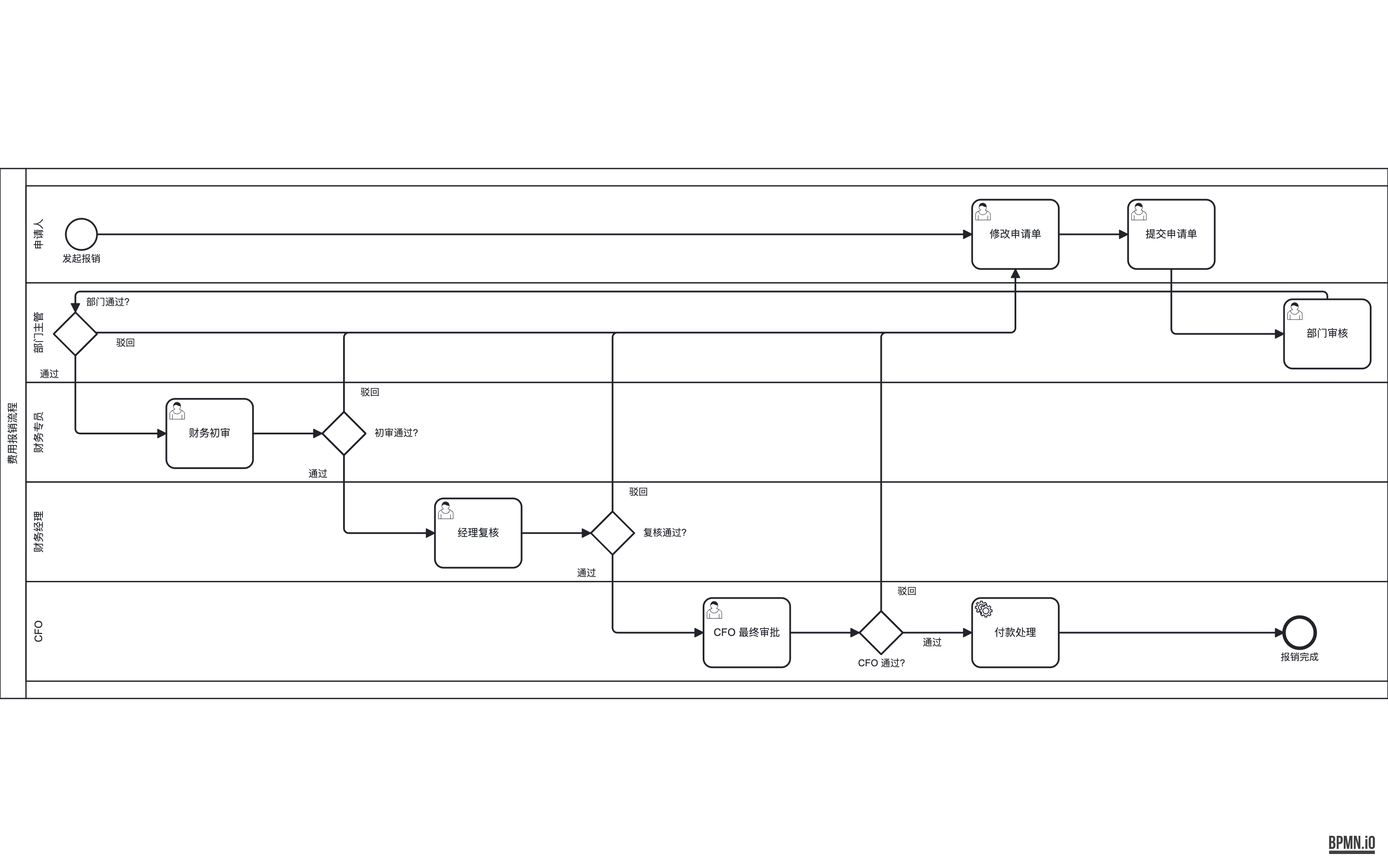
LcpMarvel/tramito-layout keeps this BPMN diagram as out-bpmn-png/40-fanin-sink-near-lane.png. Above is the earlier version. Its source is kept beside it as out-xml/40-fanin-sink-near-lane.bpmn. Ids are renumbered.
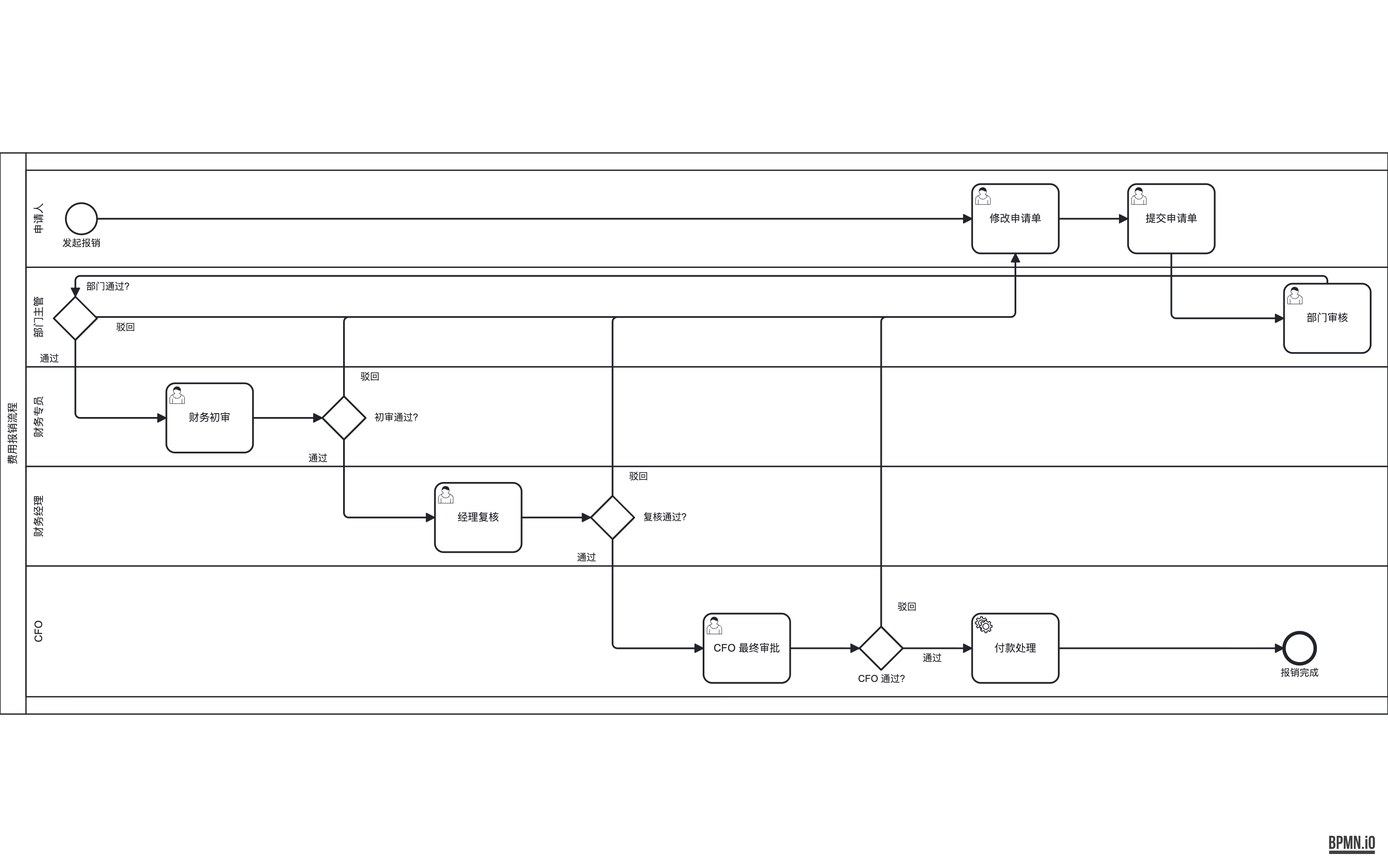
Later version of the same file.

Commit message:
edge-router: clean backward reject routing (lane headroom + gateway right-entry)

What changed in the source:
```diff
@@ -106,10 +106,10 @@
   <bpmndi:BPMNDiagram id="BPMNDiagram_definitions_fuzz_fan_in_common_sink_1" name="BPMNDiagram">
     <bpmndi:BPMNPlane id="BPMNPlane_definitions_fuzz_fan_in_common_sink_1" bpmnElement="collaboration_1">
       <bpmndi:BPMNShape id="collaboration_1_di" bpmnElement="collaboration_1">
-        <dc:Bounds x="0" y="0" width="1602" height="612" />
+        <dc:Bounds x="0" y="0" width="1602" height="648" />
       </bpmndi:BPMNShape>
       <bpmndi:BPMNShape id="pool_main_di" bpmnElement="pool_main" isHorizontal="true">
-        <dc:Bounds x="0" y="0" width="1602" height="612" />
+        <dc:Bounds x="0" y="0" width="1602" height="648" />
       </bpmndi:BPMNShape>
       <bpmndi:BPMNShape id="lane_applicant_di" bpmnElement="lane_applicant" isHorizontal="true">
         <dc:Bounds x="30" y="20" width="1572" height="112" />
@@ -163,24 +163,24 @@
         </bpmndi:BPMNLabel>
       </bpmndi:BPMNShape>
       <bpmndi:BPMNShape id="lane_cfo_di" bpmnElement="lane_cfo" isHorizontal="true">
-        <dc:Bounds x="30" y="477" width="1572" height="115" />
+        <dc:Bounds x="30" y="477" width="1572" height="151" />
       </bpmndi:BPMNShape>
       <bpmndi:BPMNShape id="task_cfo_approve_di" bpmnElement="task_cfo_approve">
-        <dc:Bounds x="812" y="496" width="100" height="80" />
+        <dc:Bounds x="812" y="532" width="100" height="80" />
       </bpmndi:BPMNShape>
       <bpmndi:BPMNShape id="gw_cfo_di" bpmnElement="gw_cfo">
-        <dc:Bounds x="992" y="511" width="50" height="50" />
+        <dc:Bounds x="992" y="547" width="50" height="50" />
         <bpmndi:BPMNLabel>
-          <dc:Bounds x="985.5" y="565" width="63" height="14" />
+          <dc:Bounds x="985.5" y="601" width="63" height="14" />
         </bpmndi:BPMNLabel>
       </bpmndi:BPMNShape>
       <bpmndi:BPMNShape id="task_pay_di" bpmnElement="task_pay">
-        <dc:Bounds x="1122" y="496" width="100" height="80" />
+        <dc:Bounds x="1122" y="532" width="100" height="80" />
       </bpmndi:BPMNShape>
       <bpmndi:BPMNShape id="end_1_di" bpmnElement="end_1">
-        <dc:Bounds x="1482" y="518" width="36" height="36" />
+        <dc:Bounds x="1482" y="554" width="36" height="36" />
         <bpmndi:BPMNLabel>
-          <dc:Bounds x="1450" y="558" width="100" height="14" />
+          <dc:Bounds x="1450" y="594" width="100" height="14" />
         </bpmndi:BPMNLabel>
       </bpmndi:BPMNShape>
       <bpmndi:BPMNEdge id="f_start_revise_di" bpmnElement="f_start_revise">
@@ -245,8 +245,8 @@
       </bpmndi:BPMNEdge>
       <bpmndi:BPMNEdge id="f_mgr_pass_di" bpmnElement="f_mgr_pass">
         <di:waypoint x="707" y="446" />
-        <di:waypoint x="707" y="536" />
-        <di:waypoint x="812" y="536" />
+        <di:waypoint x="707" y="572" />
+        <di:waypoint x="812" y="572" />
         <bpmndi:BPMNLabel>
           <dc:Bounds x="652" y="461" width="50" height="14" />
         </bpmndi:BPMNLabel>
@@ -261,28 +261,28 @@
         </bpmndi:BPMNLabel>
       </bpmndi:BPMNEdge>
       <bpmndi:BPMNEdge id="f_cfo_gw_di" bpmnElement="f_cfo_gw">
-        <di:waypoint x="912" y="536" />
-        <di:waypoint x="992" y="536" />
+        <di:waypoint x="912" y="572" />
+        <di:waypoint x="992" y="572" />
       </bpmndi:BPMNEdge>
       <bpmndi:BPMNEdge id="f_cfo_pass_di" bpmnElement="f_cfo_pass">
-        <di:waypoint x="1042" y="536" />
-        <di:waypoint x="1122" y="536" />
+        <di:waypoint x="1042" y="572" />
+        <di:waypoint x="1122" y="572" />
         <bpmndi:BPMNLabel>
-          <dc:Bounds x="1051" y="541" width="50" height="14" />
+          <dc:Bounds x="1051" y="577" width="50" height="14" />
         </bpmndi:BPMNLabel>
       </bpmndi:BPMNEdge>
       <bpmndi:BPMNEdge id="f_cfo_reject_di" bpmnElement="f_cfo_reject">
-        <di:waypoint x="1017" y="511" />
+        <di:waypoint x="1017" y="547" />
         <di:waypoint x="1017" y="189.5" />
         <di:waypoint x="1172" y="189.5" />
         <di:waypoint x="1172" y="116" />
         <bpmndi:BPMNLabel>
-          <dc:Bounds x="1022" y="482" width="50" height="14" />
+          <dc:Bounds x="1022" y="518" width="50" height="14" />
         </bpmndi:BPMNLabel>
       </bpmndi:BPMNEdge>
       <bpmndi:BPMNEdge id="f_pay_end_di" bpmnElement="f_pay_end">
-        <di:waypoint x="1222" y="536" />
-        <di:waypoint x="1482" y="536" />
+        <di:waypoint x="1222" y="572" />
+        <di:waypoint x="1482" y="572" />
       </bpmndi:BPMNEdge>
     </bpmndi:BPMNPlane>
   </bpmndi:BPMNDiagram>
```
